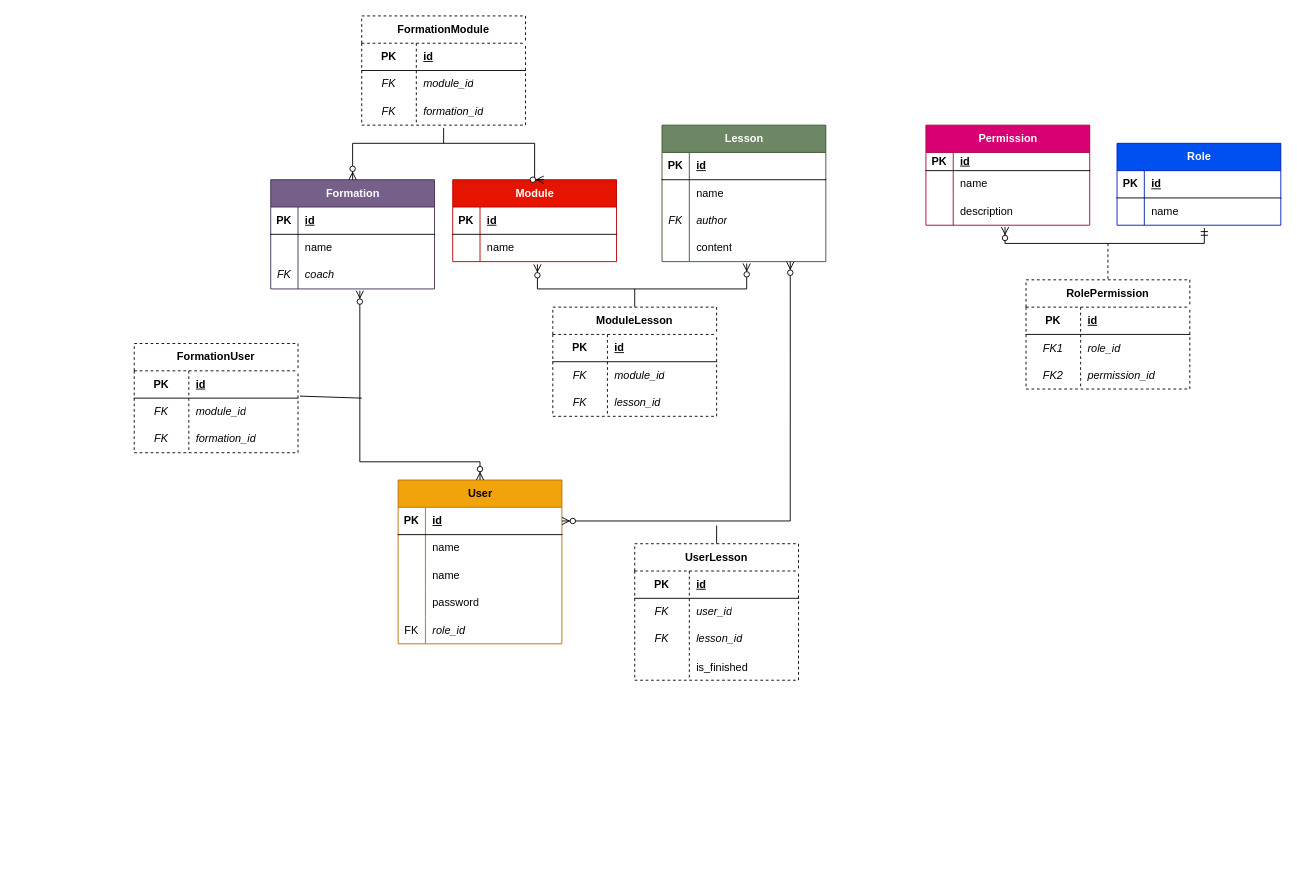
Above: docs/mcd/MCD pire2pire.drawio in vincent-clipet/pire2pire_api (draw.io), before the change. Source tidied: cells renumbered, new cells numbered last; positions are measured from the earlier drawing's top-left corner, leaving out a move shared by most shapes. Both pictures are drawn from the tidied source at 91%, with x=0, y=0 at pixel (134, 15).
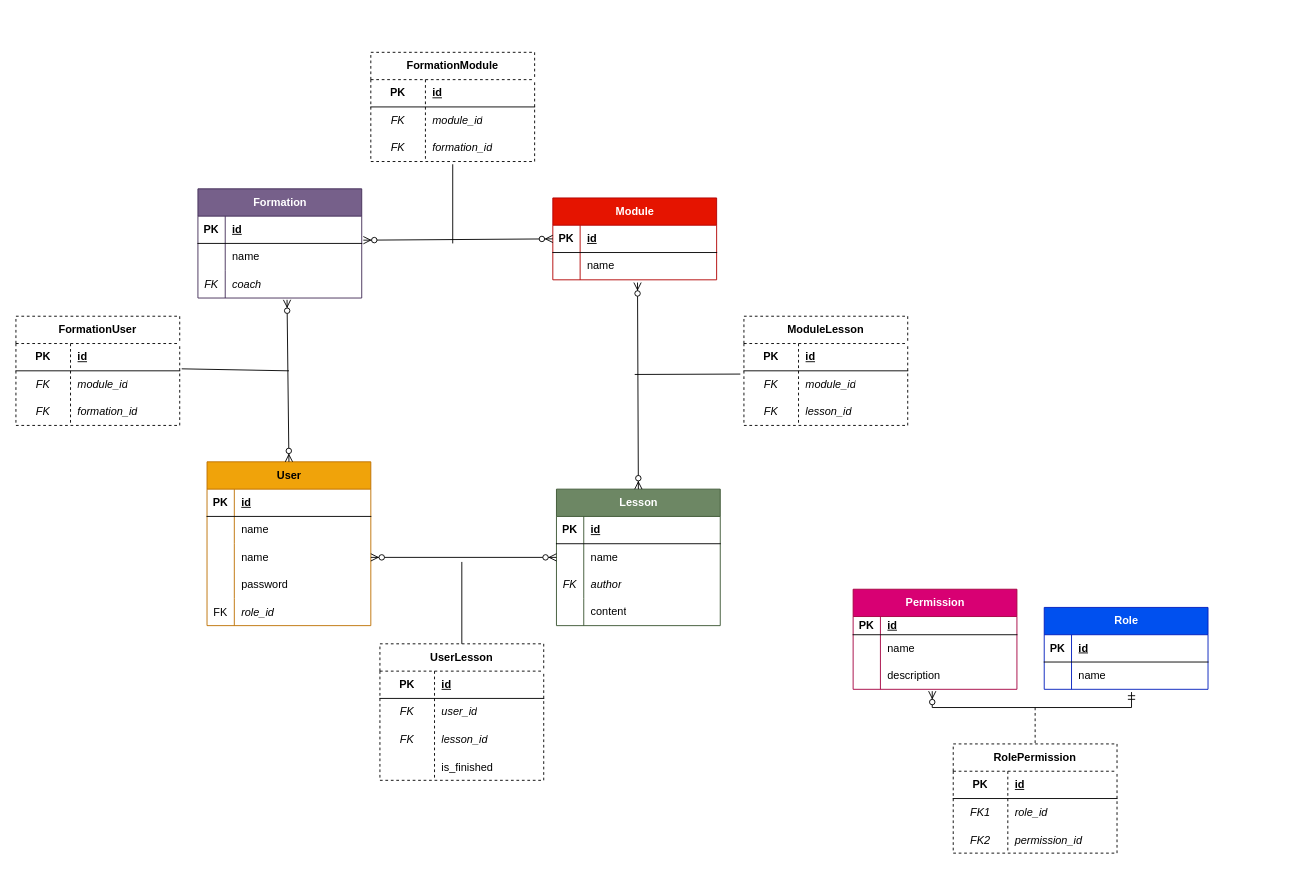
After the change.

Commit message (it also covers changes not shown here):
docs: update the MCD to be more readable

Unchanged cells that the change refers to:
```xml
<mxCell id="3" style="shape=tableRow;horizontal=0;startSize=0;swimlaneHead=0;swimlaneBody=0;fillColor=none;points=[[0,0.5],[1,0.5]];portConstraint=eastwest;top=0;left=0;right=0;bottom=1;labelBackgroundColor=none;" parent="2" vertex="1">
  <mxGeometry y="30" width="180" height="30" as="geometry" />
</mxCell>
<mxCell id="9" style="shape=tableRow;horizontal=0;startSize=0;swimlaneHead=0;swimlaneBody=0;fillColor=none;points=[[0,0.5],[1,0.5]];portConstraint=eastwest;top=0;left=0;right=0;bottom=0;labelBackgroundColor=none;" parent="2" vertex="1">
  <mxGeometry y="90" width="180" height="30" as="geometry" />
</mxCell>
<mxCell id="17" style="shape=tableRow;horizontal=0;startSize=0;swimlaneHead=0;swimlaneBody=0;fillColor=none;points=[[0,0.5],[1,0.5]];portConstraint=eastwest;top=0;left=0;right=0;bottom=1;labelBackgroundColor=none;" parent="16" vertex="1">
  <mxGeometry y="30" width="180" height="30" as="geometry" />
</mxCell>
<mxCell id="20" style="shape=tableRow;horizontal=0;startSize=0;swimlaneHead=0;swimlaneBody=0;fillColor=none;points=[[0,0.5],[1,0.5]];portConstraint=eastwest;top=0;left=0;right=0;bottom=0;labelBackgroundColor=none;" parent="16" vertex="1">
  <mxGeometry y="60" width="180" height="30" as="geometry" />
</mxCell>
<mxCell id="27" style="shape=tableRow;horizontal=0;startSize=0;swimlaneHead=0;swimlaneBody=0;fillColor=none;points=[[0,0.5],[1,0.5]];portConstraint=eastwest;top=0;left=0;right=0;bottom=0;labelBackgroundColor=none;" parent="23" vertex="1">
  <mxGeometry y="60" width="180" height="30" as="geometry" />
</mxCell>
<mxCell id="33" style="shape=tableRow;horizontal=0;startSize=0;swimlaneHead=0;swimlaneBody=0;fillColor=none;points=[[0,0.5],[1,0.5]];portConstraint=eastwest;top=0;left=0;right=0;bottom=0;labelBackgroundColor=none;" parent="23" vertex="1">
  <mxGeometry y="120" width="180" height="30" as="geometry" />
</mxCell>
<mxCell id="37" style="shape=tableRow;horizontal=0;startSize=0;swimlaneHead=0;swimlaneBody=0;fillColor=none;points=[[0,0.5],[1,0.5]];portConstraint=eastwest;top=0;left=0;right=0;bottom=1;labelBackgroundColor=none;" parent="36" vertex="1">
  <mxGeometry y="30" width="180" height="30" as="geometry" />
</mxCell>
<mxCell id="43" style="shape=tableRow;horizontal=0;startSize=0;swimlaneHead=0;swimlaneBody=0;fillColor=none;points=[[0,0.5],[1,0.5]];portConstraint=eastwest;top=0;left=0;right=0;bottom=0;labelBackgroundColor=none;" parent="36" vertex="1">
  <mxGeometry y="90" width="180" height="30" as="geometry" />
</mxCell>
<mxCell id="59" style="shape=tableRow;horizontal=0;startSize=0;swimlaneHead=0;swimlaneBody=0;fillColor=none;points=[[0,0.5],[1,0.5]];portConstraint=eastwest;top=0;left=0;right=0;bottom=0;html=1;" parent="52" vertex="1">
  <mxGeometry y="90" width="180" height="30" as="geometry" />
</mxCell>
<mxCell id="70" style="shape=tableRow;horizontal=0;startSize=0;swimlaneHead=0;swimlaneBody=0;fillColor=none;points=[[0,0.5],[1,0.5]];portConstraint=eastwest;top=0;left=0;right=0;bottom=0;html=1;" parent="66" vertex="1">
  <mxGeometry y="60" width="180" height="30" as="geometry" />
</mxCell>
<mxCell id="80" style="shape=tableRow;horizontal=0;startSize=0;swimlaneHead=0;swimlaneBody=0;fillColor=none;points=[[0,0.5],[1,0.5]];portConstraint=eastwest;top=0;left=0;right=0;bottom=0;html=1;" parent="76" vertex="1">
  <mxGeometry y="60" width="180" height="30" as="geometry" />
</mxCell>
<mxCell id="107" style="shape=tableRow;horizontal=0;startSize=0;swimlaneHead=0;swimlaneBody=0;fillColor=none;points=[[0,0.5],[1,0.5]];portConstraint=eastwest;top=0;left=0;right=0;bottom=0;labelBackgroundColor=none;" parent="103" vertex="1">
  <mxGeometry y="60" width="180" height="30" as="geometry" />
</mxCell>
<mxCell id="117" style="shape=tableRow;horizontal=0;startSize=0;swimlaneHead=0;swimlaneBody=0;fillColor=none;points=[[0,0.5],[1,0.5]];portConstraint=eastwest;top=0;left=0;right=0;bottom=0;labelBackgroundColor=none;" parent="110" vertex="1">
  <mxGeometry y="80" width="180" height="30" as="geometry" />
</mxCell>
```

Change to the diagram source:
```diff
@@
     <mxCell id="2" value="Formation" style="shape=table;startSize=30;childLayout=tableLayout;rowLines=0;fontStyle=1;align=center;html=1;labelBackgroundColor=none;fillColor=#76608a;strokeColor=#432D57;fontColor=#ffffff;" parent="1" vertex="1">
-      <mxGeometry x="150" y="180" width="180" height="120" as="geometry" />
+      <mxGeometry x="70" y="190" width="180" height="120" as="geometry" />
     </mxCell>
@@
     <mxCell id="16" value="Module" style="shape=table;startSize=30;childLayout=tableLayout;rowLines=0;fontStyle=1;align=center;html=1;labelBackgroundColor=none;fillColor=#e51400;strokeColor=#B20000;fontColor=#ffffff;" parent="1" vertex="1">
-      <mxGeometry x="350" y="180" width="180" height="90" as="geometry" />
+      <mxGeometry x="460" y="200" width="180" height="90" as="geometry" />
     </mxCell>
@@
     <mxCell id="23" value="Lesson" style="shape=table;startSize=30;childLayout=tableLayout;rowLines=0;fontStyle=1;align=center;html=1;labelBackgroundColor=none;fillColor=#6d8764;strokeColor=#3A5431;fontColor=#ffffff;" parent="1" vertex="1">
-      <mxGeometry x="580" y="120" width="180" height="150" as="geometry" />
+      <mxGeometry x="464" y="520" width="180" height="150" as="geometry" />
     </mxCell>
@@
     <mxCell id="36" value="User" style="shape=table;startSize=30;childLayout=tableLayout;rowLines=0;fontStyle=1;align=center;html=1;labelBackgroundColor=none;fillColor=#f0a30a;fontColor=#000000;strokeColor=#BD7000;" parent="1" vertex="1">
-      <mxGeometry x="290" y="510" width="180" height="180" as="geometry" />
+      <mxGeometry x="80" y="490" width="180" height="180" as="geometry" />
     </mxCell>
@@
     <mxCell id="52" value="FormationModule" style="shape=table;startSize=30;childLayout=tableLayout;rowLines=0;fontStyle=1;align=center;html=1;whiteSpace=wrap;dashed=1;" parent="1" vertex="1">
-      <mxGeometry x="250" width="180" height="120" as="geometry" />
+      <mxGeometry x="260" y="40" width="180" height="120" as="geometry" />
     </mxCell>
@@
     <mxCell id="62" style="endArrow=none;html=1;rounded=0;exitX=0.5;exitY=1.1;exitDx=0;exitDy=0;exitPerimeter=0;" parent="1" edge="1" source="59">
       <mxGeometry relative="1" as="geometry">
-        <mxPoint x="340" y="140" as="targetPoint" />
+        <mxPoint x="350" y="250" as="targetPoint" />
       </mxGeometry>
     </mxCell>
-    <mxCell id="63" style="edgeStyle=orthogonalEdgeStyle;fontSize=12;html=1;endArrow=ERzeroToMany;endFill=1;startArrow=ERzeroToMany;rounded=0;entryX=0.556;entryY=0;entryDx=0;entryDy=0;entryPerimeter=0;exitX=0.5;exitY=0;exitDx=0;exitDy=0;" parent="1" edge="1" source="2" target="16">
-      <mxGeometry relative="1" as="geometry">
-        <Array as="points">
-          <mxPoint x="240" y="140" />
-          <mxPoint x="440" y="140" />
-          <mxPoint x="440" y="180" />
-        </Array>
-      </mxGeometry>
+    <mxCell id="63" style="fontSize=12;html=1;endArrow=ERzeroToMany;endFill=1;startArrow=ERzeroToMany;rounded=0;entryX=0;entryY=0.5;entryDx=0;entryDy=0;exitX=1.01;exitY=0.881;exitDx=0;exitDy=0;exitPerimeter=0;" parent="1" edge="1" source="3" target="17">
+      <mxGeometry relative="1" as="geometry" />
     </mxCell>
-    <mxCell id="64" style="edgeStyle=elbowEdgeStyle;fontSize=12;html=1;endArrow=ERzeroToMany;endFill=1;startArrow=ERzeroToMany;rounded=0;entryX=0.517;entryY=1.067;entryDx=0;entryDy=0;entryPerimeter=0;exitX=0.517;exitY=1.1;exitDx=0;exitDy=0;exitPerimeter=0;" parent="1" edge="1" source="20" target="33">
-      <mxGeometry relative="1" as="geometry">
-        <Array as="points">
-          <mxPoint x="560" y="300" />
-        </Array>
-      </mxGeometry>
+    <mxCell id="64" style="fontSize=12;html=1;endArrow=ERzeroToMany;endFill=1;startArrow=ERzeroToMany;rounded=0;entryX=0.5;entryY=0;entryDx=0;entryDy=0;exitX=0.517;exitY=1.1;exitDx=0;exitDy=0;exitPerimeter=0;" parent="1" edge="1" source="20" target="23">
+      <mxGeometry relative="1" as="geometry" />
     </mxCell>
-    <mxCell id="65" style="endArrow=none;html=1;rounded=0;entryX=0.5;entryY=0;entryDx=0;entryDy=0;" parent="1" edge="1" target="66">
+    <mxCell id="65" style="endArrow=none;html=1;rounded=0;entryX=-0.022;entryY=0.119;entryDx=0;entryDy=0;entryPerimeter=0;" parent="1" edge="1" target="70">
       <mxGeometry relative="1" as="geometry">
-        <mxPoint x="550" y="300" as="sourcePoint" />
+        <mxPoint x="550" y="394" as="sourcePoint" />
       </mxGeometry>
     </mxCell>
     <mxCell id="66" value="ModuleLesson" style="shape=table;startSize=30;childLayout=tableLayout;rowLines=0;fontStyle=1;align=center;html=1;whiteSpace=wrap;dashed=1;" parent="1" vertex="1">
-      <mxGeometry x="460" y="320" width="180" height="120" as="geometry" />
+      <mxGeometry x="670" y="330" width="180" height="120" as="geometry" />
     </mxCell>
@@
     <mxCell id="76" value="FormationUser" style="shape=table;startSize=30;childLayout=tableLayout;rowLines=0;fontStyle=1;align=center;html=1;whiteSpace=wrap;dashed=1;" parent="1" vertex="1">
-      <mxGeometry y="360" width="180" height="120" as="geometry" />
+      <mxGeometry x="-130" y="330" width="180" height="120" as="geometry" />
     </mxCell>
@@
-    <mxCell id="86" style="edgeStyle=elbowEdgeStyle;fontSize=12;html=1;endArrow=ERzeroToMany;endFill=1;startArrow=ERzeroToMany;rounded=0;entryX=0.5;entryY=0;entryDx=0;entryDy=0;exitX=0.544;exitY=1.065;exitDx=0;exitDy=0;exitPerimeter=0;elbow=vertical;" parent="1" edge="1" source="9" target="36">
-      <mxGeometry relative="1" as="geometry">
-        <Array as="points">
-          <mxPoint x="260" y="490" />
-          <mxPoint x="30" y="330" />
-        </Array>
-      </mxGeometry>
+    <mxCell id="86" style="fontSize=12;html=1;endArrow=ERzeroToMany;endFill=1;startArrow=ERzeroToMany;rounded=0;entryX=0.5;entryY=0;entryDx=0;entryDy=0;exitX=0.544;exitY=1.065;exitDx=0;exitDy=0;exitPerimeter=0;" parent="1" edge="1" source="9" target="36">
+      <mxGeometry relative="1" as="geometry" />
     </mxCell>
     <mxCell id="87" style="endArrow=none;html=1;rounded=0;exitX=1.012;exitY=-0.073;exitDx=0;exitDy=0;exitPerimeter=0;" parent="1" edge="1" source="80">
       <mxGeometry relative="1" as="geometry">
-        <mxPoint x="250" y="420" as="targetPoint" />
+        <mxPoint x="170" y="390" as="targetPoint" />
       </mxGeometry>
     </mxCell>
     <mxCell id="88" value="UserLesson" style="shape=table;startSize=30;childLayout=tableLayout;rowLines=0;fontStyle=1;align=center;html=1;whiteSpace=wrap;dashed=1;" parent="1" vertex="1">
-      <mxGeometry x="550" y="580" width="180" height="150" as="geometry" />
+      <mxGeometry x="270" y="690" width="180" height="150" as="geometry" />
     </mxCell>
@@
-    <mxCell id="101" style="edgeStyle=orthogonalEdgeStyle;fontSize=12;html=1;endArrow=ERzeroToMany;endFill=1;startArrow=ERzeroToMany;rounded=0;entryX=0.783;entryY=1.006;entryDx=0;entryDy=0;entryPerimeter=0;exitX=1;exitY=0.5;exitDx=0;exitDy=0;" parent="1" edge="1" source="37" target="33">
-      <mxGeometry relative="1" as="geometry" />
-    </mxCell>
     <mxCell id="102" style="endArrow=none;html=1;rounded=0;entryX=0.5;entryY=0;entryDx=0;entryDy=0;" parent="1" edge="1" target="88">
       <mxGeometry relative="1" as="geometry">
-        <mxPoint x="640" y="560" as="sourcePoint" />
+        <mxPoint x="360" y="600" as="sourcePoint" />
       </mxGeometry>
     </mxCell>
     <mxCell id="103" value="Role" style="shape=table;startSize=30;childLayout=tableLayout;rowLines=0;fontStyle=1;align=center;html=1;labelBackgroundColor=none;fillColor=#0050ef;strokeColor=#001DBC;fontColor=#ffffff;" parent="1" vertex="1">
-      <mxGeometry x="1080" y="140" width="180" height="90" as="geometry" />
+      <mxGeometry x="1000" y="650" width="180" height="90" as="geometry" />
     </mxCell>
@@
     <mxCell id="110" value="Permission" style="shape=table;startSize=30;childLayout=tableLayout;rowLines=0;fontStyle=1;align=center;html=1;labelBackgroundColor=none;fillColor=#d80073;strokeColor=#A50040;fontColor=#ffffff;" parent="1" vertex="1">
-      <mxGeometry x="870" y="120" width="180" height="110" as="geometry" />
+      <mxGeometry x="790" y="630" width="180" height="110" as="geometry" />
     </mxCell>
@@
     <mxCell id="120" style="edgeStyle=elbowEdgeStyle;fontSize=12;html=1;endArrow=ERzeroToMany;startArrow=ERmandOne;rounded=0;exitX=0.533;exitY=1.1;exitDx=0;exitDy=0;exitPerimeter=0;entryX=0.483;entryY=1.067;entryDx=0;entryDy=0;entryPerimeter=0;elbow=vertical;labelBackgroundColor=none;fontColor=default;" parent="1" edge="1" source="107" target="117">
       <mxGeometry relative="1" as="geometry">
         <Array as="points">
-          <mxPoint x="1070" y="250" />
+          <mxPoint x="990" y="760" />
         </Array>
       </mxGeometry>
     </mxCell>
     <mxCell id="121" value="RolePermission" style="shape=table;startSize=30;childLayout=tableLayout;rowLines=0;fontStyle=1;align=center;html=1;whiteSpace=wrap;dashed=1;labelBackgroundColor=none;" parent="1" vertex="1">
-      <mxGeometry x="980" y="290" width="180" height="120" as="geometry" />
+      <mxGeometry x="900" y="800" width="180" height="120" as="geometry" />
     </mxCell>
@@
     <mxCell id="131" style="endArrow=none;html=1;entryX=0.5;entryY=0;entryDx=0;entryDy=0;rounded=0;dashed=1;" parent="1" edge="1" target="121">
       <mxGeometry relative="1" as="geometry">
-        <mxPoint x="1070" y="250" as="sourcePoint" />
+        <mxPoint x="990" y="760" as="sourcePoint" />
       </mxGeometry>
     </mxCell>
+    <mxCell id="132" style="fontSize=12;html=1;endArrow=ERzeroToMany;endFill=1;startArrow=ERzeroToMany;rounded=0;entryX=0;entryY=0.5;entryDx=0;entryDy=0;exitX=1;exitY=0.5;exitDx=0;exitDy=0;" parent="1" edge="1" source="43" target="27">
+      <mxGeometry relative="1" as="geometry" />
+    </mxCell>
```
